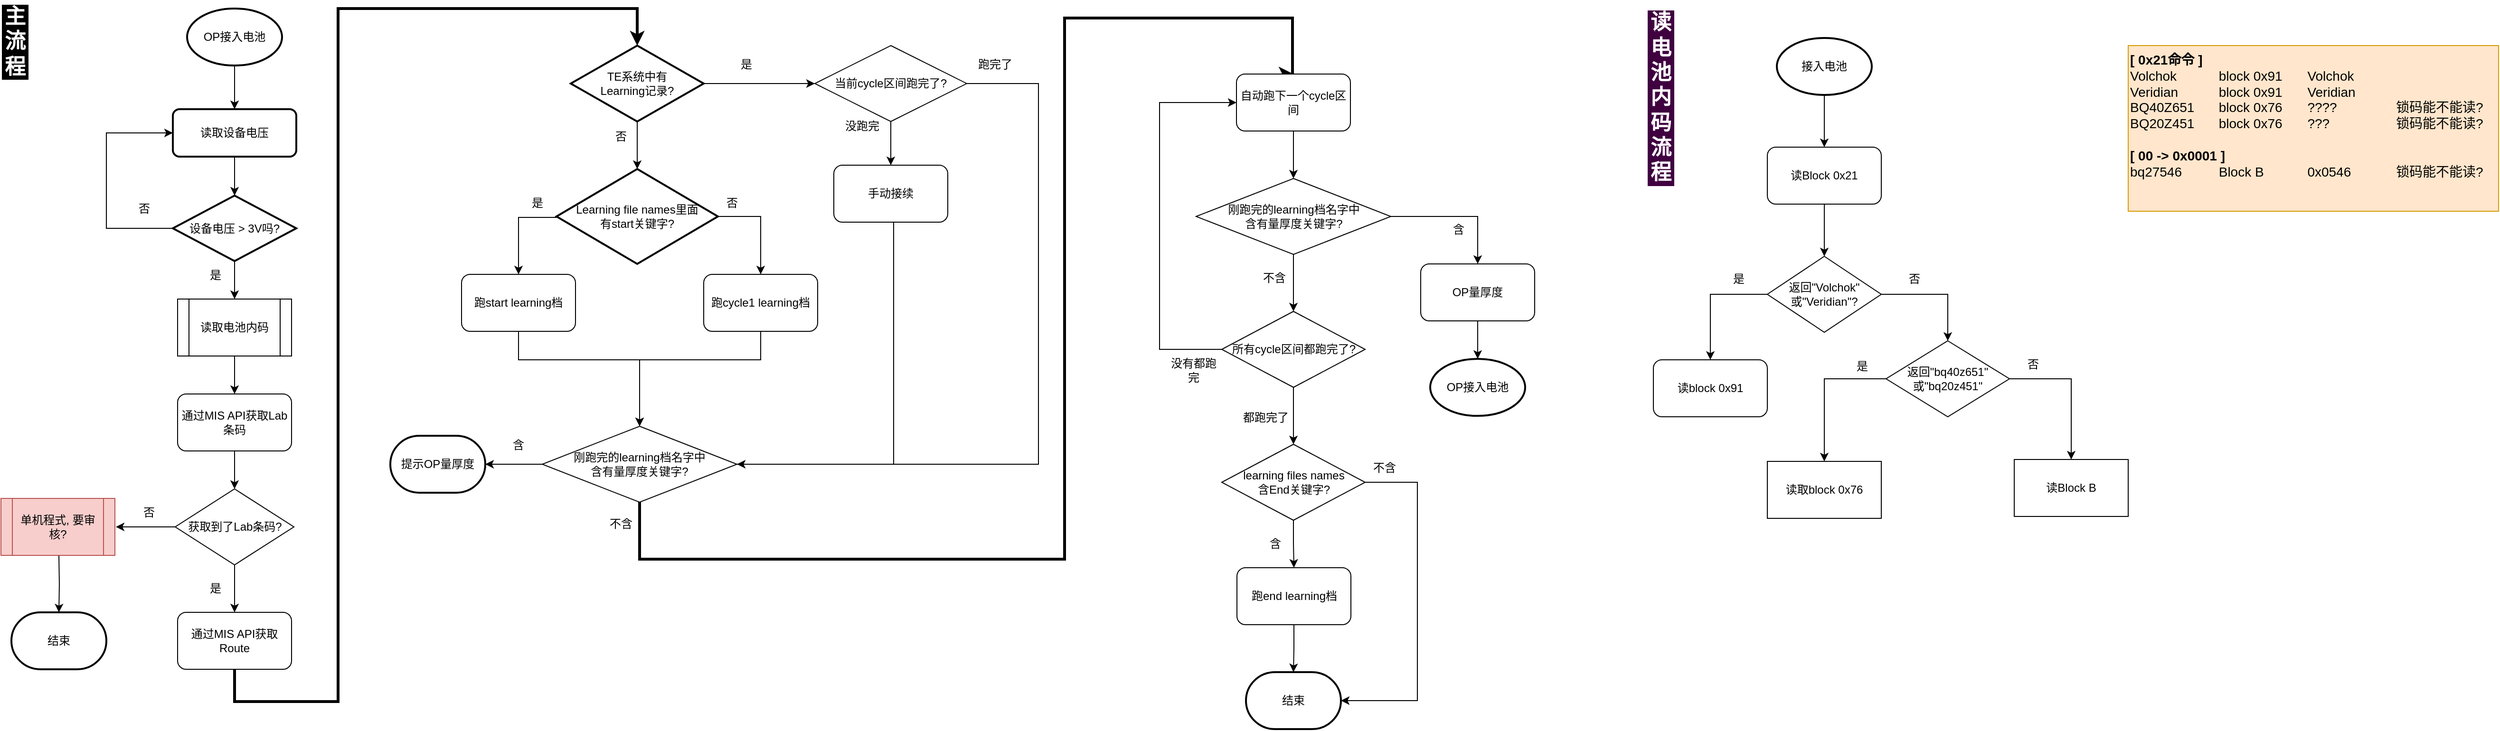
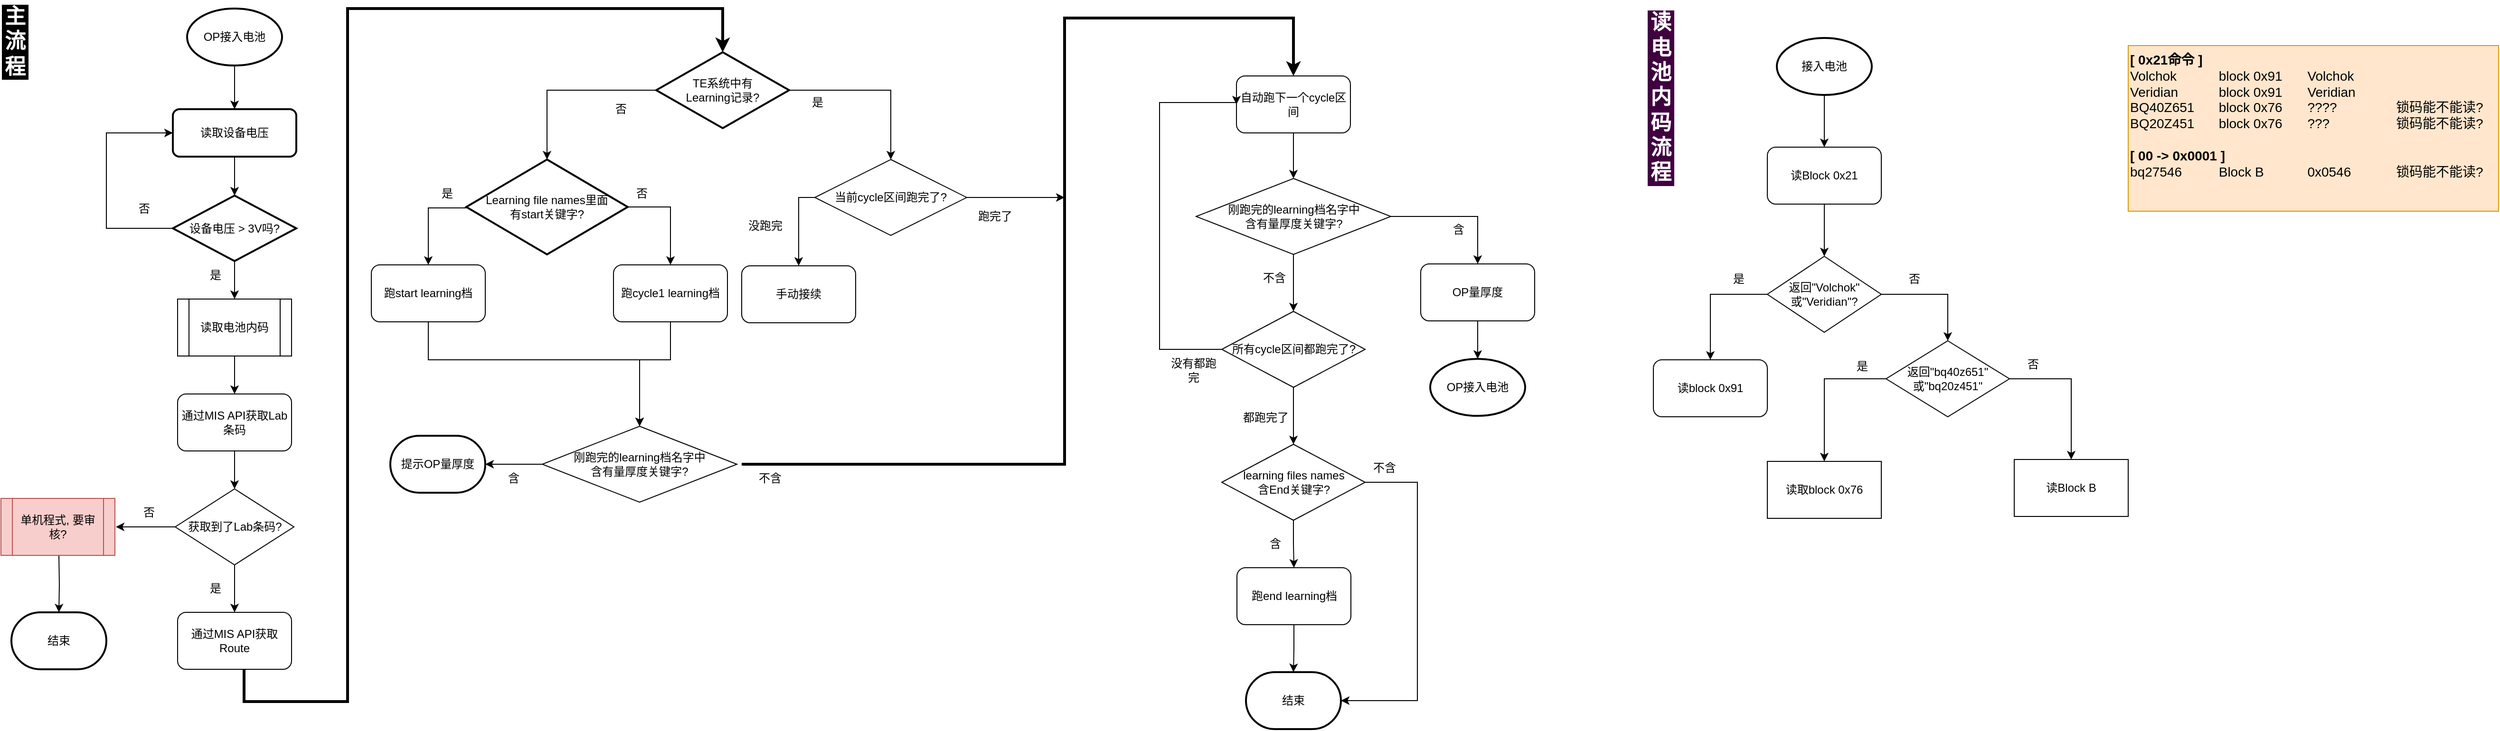
<mxfile host="app.diagrams.net">
  <diagram name="第 1 页" id="3HldnIOuQtLrwHUO-1mN">
    <mxGraphModel dx="1318" dy="774" grid="1" gridSize="10" guides="1" tooltips="1" connect="1" arrows="1" fold="1" page="1" pageScale="1" pageWidth="1169" pageHeight="827" background="#FFFFFF" math="0" shadow="0">
      <root>
        <mxCell id="0" />
        <mxCell id="1" parent="0" />
        <mxCell id="qRa3hty1LtdxE0hFs_0w-8" edge="1" parent="1" source="qRa3hty1LtdxE0hFs_0w-4" style="edgeStyle=orthogonalEdgeStyle;rounded=0;orthogonalLoop=1;jettySize=auto;html=1;" target="qRa3hty1LtdxE0hFs_0w-6" value="">
          <mxGeometry relative="1" as="geometry" />
        </mxCell>
        <mxCell id="qRa3hty1LtdxE0hFs_0w-4" parent="1" style="strokeWidth=2;html=1;shape=mxgraph.flowchart.start_1;whiteSpace=wrap;" value="OP接入电池" vertex="1">
          <mxGeometry height="60" width="100" x="216" y="20" as="geometry" />
        </mxCell>
        <mxCell id="qRa3hty1LtdxE0hFs_0w-9" edge="1" parent="1" source="qRa3hty1LtdxE0hFs_0w-6" style="edgeStyle=orthogonalEdgeStyle;rounded=0;orthogonalLoop=1;jettySize=auto;html=1;" target="qRa3hty1LtdxE0hFs_0w-7" value="">
          <mxGeometry relative="1" as="geometry" />
        </mxCell>
        <mxCell id="qRa3hty1LtdxE0hFs_0w-6" parent="1" style="rounded=1;whiteSpace=wrap;html=1;absoluteArcSize=1;arcSize=14;strokeWidth=2;" value="读取设备电压" vertex="1">
          <mxGeometry height="50" width="130" x="201" y="126" as="geometry" />
        </mxCell>
        <mxCell id="qRa3hty1LtdxE0hFs_0w-14" edge="1" parent="1" source="qRa3hty1LtdxE0hFs_0w-7" style="edgeStyle=orthogonalEdgeStyle;rounded=0;orthogonalLoop=1;jettySize=auto;html=1;" target="qRa3hty1LtdxE0hFs_0w-13" value="">
          <mxGeometry relative="1" as="geometry" />
        </mxCell>
        <mxCell id="qRa3hty1LtdxE0hFs_0w-25" edge="1" parent="1" source="qRa3hty1LtdxE0hFs_0w-7" style="edgeStyle=orthogonalEdgeStyle;rounded=0;orthogonalLoop=1;jettySize=auto;html=1;entryX=0;entryY=0.5;entryDx=0;entryDy=0;" target="qRa3hty1LtdxE0hFs_0w-6">
          <mxGeometry relative="1" as="geometry">
            <Array as="points">
              <mxPoint x="131" y="252" />
              <mxPoint x="131" y="151" />
            </Array>
            <mxPoint x="411" y="146" as="targetPoint" />
          </mxGeometry>
        </mxCell>
        <mxCell id="qRa3hty1LtdxE0hFs_0w-7" parent="1" style="strokeWidth=2;html=1;shape=mxgraph.flowchart.decision;whiteSpace=wrap;" value="设备电压 &amp;gt; 3V吗?" vertex="1">
          <mxGeometry height="69" width="130" x="201" y="217" as="geometry" />
        </mxCell>
        <mxCell id="qRa3hty1LtdxE0hFs_0w-11" parent="1" style="text;html=1;whiteSpace=wrap;strokeColor=none;fillColor=none;align=center;verticalAlign=middle;rounded=0;" value="&lt;div&gt;否&lt;/div&gt;" vertex="1">
          <mxGeometry height="30" width="60" x="141" y="216" as="geometry" />
        </mxCell>
        <mxCell id="qRa3hty1LtdxE0hFs_0w-12" parent="1" style="text;html=1;whiteSpace=wrap;strokeColor=none;fillColor=none;align=center;verticalAlign=middle;rounded=0;" value="&lt;div&gt;是&lt;/div&gt;" vertex="1">
          <mxGeometry height="30" width="60" x="216" y="286" as="geometry" />
        </mxCell>
        <mxCell id="qRa3hty1LtdxE0hFs_0w-16" edge="1" parent="1" source="qRa3hty1LtdxE0hFs_0w-13" style="edgeStyle=orthogonalEdgeStyle;rounded=0;orthogonalLoop=1;jettySize=auto;html=1;" target="qRa3hty1LtdxE0hFs_0w-15" value="">
          <mxGeometry relative="1" as="geometry" />
        </mxCell>
        <mxCell id="qRa3hty1LtdxE0hFs_0w-13" parent="1" style="shape=process;whiteSpace=wrap;html=1;backgroundOutline=1;" value="读取电池内码" vertex="1">
          <mxGeometry height="60" width="120" x="206" y="326" as="geometry" />
        </mxCell>
        <mxCell id="qRa3hty1LtdxE0hFs_0w-20" edge="1" parent="1" source="qRa3hty1LtdxE0hFs_0w-15" style="edgeStyle=orthogonalEdgeStyle;rounded=0;orthogonalLoop=1;jettySize=auto;html=1;" target="qRa3hty1LtdxE0hFs_0w-19" value="">
          <mxGeometry relative="1" as="geometry" />
        </mxCell>
        <mxCell id="qRa3hty1LtdxE0hFs_0w-15" parent="1" style="rounded=1;whiteSpace=wrap;html=1;" value="通过MIS API获取Lab条码" vertex="1">
          <mxGeometry height="60" width="120" x="206" y="426" as="geometry" />
        </mxCell>
-         <mxCell id="qRa3hty1LtdxE0hFs_0w-31" edge="1" parent="1" source="qRa3hty1LtdxE0hFs_0w-17" style="edgeStyle=orthogonalEdgeStyle;rounded=0;orthogonalLoop=1;jettySize=auto;html=1;entryX=0.5;entryY=0;entryDx=0;entryDy=0;entryPerimeter=0;strokeWidth=3;" target="qRa3hty1LtdxE0hFs_0w-30" value="">
-           <mxGeometry relative="1" as="geometry">
-             <Array as="points">
-               <mxPoint x="266" y="750" />
-               <mxPoint x="375" y="750" />
-               <mxPoint x="375" y="20" />
-               <mxPoint x="690" y="20" />
-             </Array>
+         <mxCell id="qRa3hty1LtdxE0hFs_0w-31" edge="1" parent="1" style="edgeStyle=orthogonalEdgeStyle;rounded=0;orthogonalLoop=1;jettySize=auto;html=1;entryX=0.5;entryY=0;entryDx=0;entryDy=0;entryPerimeter=0;strokeWidth=3;" target="qRa3hty1LtdxE0hFs_0w-30" value="">
+           <mxGeometry relative="1" as="geometry">
+             <Array as="points">
+               <mxPoint x="276" y="750" />
+               <mxPoint x="385" y="750" />
+               <mxPoint x="385" y="20" />
+               <mxPoint x="780" y="20" />
+               <mxPoint x="780" y="59" />
+             </Array>
+             <mxPoint x="276" y="716" as="sourcePoint" />
+             <mxPoint x="793" y="59" as="targetPoint" />
          </mxGeometry>
        </mxCell>
        <mxCell id="qRa3hty1LtdxE0hFs_0w-17" parent="1" style="rounded=1;whiteSpace=wrap;html=1;" value="通过MIS API获取Route" vertex="1">
          <mxGeometry height="60" width="120" x="206" y="656" as="geometry" />
        </mxCell>
        <mxCell id="qRa3hty1LtdxE0hFs_0w-21" edge="1" parent="1" source="qRa3hty1LtdxE0hFs_0w-19" style="edgeStyle=orthogonalEdgeStyle;rounded=0;orthogonalLoop=1;jettySize=auto;html=1;" target="qRa3hty1LtdxE0hFs_0w-17" value="">
          <mxGeometry relative="1" as="geometry" />
        </mxCell>
        <mxCell id="qRa3hty1LtdxE0hFs_0w-27" edge="1" parent="1" source="qRa3hty1LtdxE0hFs_0w-19" style="edgeStyle=orthogonalEdgeStyle;rounded=0;orthogonalLoop=1;jettySize=auto;html=1;" value="">
          <mxGeometry relative="1" as="geometry">
            <mxPoint x="141" y="566" as="targetPoint" />
          </mxGeometry>
        </mxCell>
        <mxCell id="qRa3hty1LtdxE0hFs_0w-19" parent="1" style="rhombus;whiteSpace=wrap;html=1;" value="获取到了Lab条码?" vertex="1">
          <mxGeometry height="80" width="125" x="203.5" y="526" as="geometry" />
        </mxCell>
        <mxCell id="qRa3hty1LtdxE0hFs_0w-22" parent="1" style="text;html=1;whiteSpace=wrap;strokeColor=none;fillColor=none;align=center;verticalAlign=middle;rounded=0;" value="是" vertex="1">
          <mxGeometry height="30" width="60" x="216" y="616" as="geometry" />
        </mxCell>
        <mxCell id="qRa3hty1LtdxE0hFs_0w-29" edge="1" parent="1" style="edgeStyle=orthogonalEdgeStyle;rounded=0;orthogonalLoop=1;jettySize=auto;html=1;" target="qRa3hty1LtdxE0hFs_0w-28" value="">
          <mxGeometry relative="1" as="geometry">
            <mxPoint x="81" y="596" as="sourcePoint" />
          </mxGeometry>
        </mxCell>
        <mxCell id="qRa3hty1LtdxE0hFs_0w-26" parent="1" style="shape=process;whiteSpace=wrap;html=1;backgroundOutline=1;fillColor=#f8cecc;strokeColor=#b85450;" value="单机程式, 要审核?" vertex="1">
          <mxGeometry height="60" width="120" x="20" y="536" as="geometry" />
        </mxCell>
        <mxCell id="qRa3hty1LtdxE0hFs_0w-28" parent="1" style="strokeWidth=2;html=1;shape=mxgraph.flowchart.terminator;whiteSpace=wrap;" value="结束" vertex="1">
          <mxGeometry height="60" width="100" x="31" y="656" as="geometry" />
        </mxCell>
-         <mxCell id="qRa3hty1LtdxE0hFs_0w-34" edge="1" parent="1" source="qRa3hty1LtdxE0hFs_0w-30" style="edgeStyle=orthogonalEdgeStyle;rounded=0;orthogonalLoop=1;jettySize=auto;html=1;" target="qRa3hty1LtdxE0hFs_0w-33" value="">
-           <mxGeometry relative="1" as="geometry" />
+         <mxCell id="qRa3hty1LtdxE0hFs_0w-34" edge="1" parent="1" source="qRa3hty1LtdxE0hFs_0w-30" style="edgeStyle=orthogonalEdgeStyle;rounded=0;orthogonalLoop=1;jettySize=auto;html=1;exitX=0;exitY=0.5;exitDx=0;exitDy=0;exitPerimeter=0;" target="qRa3hty1LtdxE0hFs_0w-33" value="">
+           <mxGeometry relative="1" as="geometry">
+             <mxPoint x="595" y="129" as="sourcePoint" />
+           </mxGeometry>
        </mxCell>
        <mxCell id="qRa3hty1LtdxE0hFs_0w-38" edge="1" parent="1" source="qRa3hty1LtdxE0hFs_0w-30" style="edgeStyle=orthogonalEdgeStyle;rounded=0;orthogonalLoop=1;jettySize=auto;html=1;" target="qRa3hty1LtdxE0hFs_0w-37" value="">
          <mxGeometry relative="1" as="geometry" />
        </mxCell>
        <mxCell id="qRa3hty1LtdxE0hFs_0w-30" parent="1" style="strokeWidth=2;html=1;shape=mxgraph.flowchart.decision;whiteSpace=wrap;" value="&lt;div&gt;TE系统中有&lt;/div&gt;&lt;div&gt;Learning记录?&lt;/div&gt;" vertex="1">
-           <mxGeometry height="80" width="140" x="620" y="59" as="geometry" />
+           <mxGeometry height="80" width="140" x="710" y="66" as="geometry" />
        </mxCell>
        <mxCell id="qRa3hty1LtdxE0hFs_0w-45" edge="1" parent="1" source="qRa3hty1LtdxE0hFs_0w-33" style="edgeStyle=orthogonalEdgeStyle;rounded=0;orthogonalLoop=1;jettySize=auto;html=1;" target="qRa3hty1LtdxE0hFs_0w-44" value="">
          <mxGeometry relative="1" as="geometry">
            <Array as="points">
-               <mxPoint x="565" y="240" />
+               <mxPoint x="470" y="230" />
            </Array>
          </mxGeometry>
        </mxCell>
        <mxCell id="qRa3hty1LtdxE0hFs_0w-67" edge="1" parent="1" source="qRa3hty1LtdxE0hFs_0w-33" style="edgeStyle=orthogonalEdgeStyle;rounded=0;orthogonalLoop=1;jettySize=auto;html=1;entryX=0.5;entryY=0;entryDx=0;entryDy=0;exitX=1;exitY=0.5;exitDx=0;exitDy=0;exitPerimeter=0;" target="qRa3hty1LtdxE0hFs_0w-66">
          <mxGeometry relative="1" as="geometry" />
        </mxCell>
        <mxCell id="qRa3hty1LtdxE0hFs_0w-33" parent="1" style="strokeWidth=2;html=1;shape=mxgraph.flowchart.decision;whiteSpace=wrap;" value="&lt;div&gt;Learning file names里面&lt;/div&gt;&lt;div&gt;有start关键字?&lt;/div&gt;" vertex="1">
-           <mxGeometry height="100" width="170" x="605" y="189" as="geometry" />
+           <mxGeometry height="100" width="170" x="510" y="179" as="geometry" />
        </mxCell>
        <mxCell id="qRa3hty1LtdxE0hFs_0w-35" parent="1" style="text;html=1;whiteSpace=wrap;strokeColor=none;fillColor=none;align=center;verticalAlign=middle;rounded=0;" value="否" vertex="1">
-           <mxGeometry height="30" width="60" x="642.5" y="140" as="geometry" />
+           <mxGeometry height="30" width="60" x="642.5" y="111" as="geometry" />
        </mxCell>
        <mxCell id="qRa3hty1LtdxE0hFs_0w-36" parent="1" style="text;html=1;whiteSpace=wrap;strokeColor=none;fillColor=none;align=center;verticalAlign=middle;rounded=0;" value="是" vertex="1">
-           <mxGeometry height="30" width="60" x="775" y="64" as="geometry" />
+           <mxGeometry height="30" width="60" x="850" y="104" as="geometry" />
        </mxCell>
        <mxCell id="qRa3hty1LtdxE0hFs_0w-40" edge="1" parent="1" source="qRa3hty1LtdxE0hFs_0w-37" style="edgeStyle=orthogonalEdgeStyle;rounded=0;orthogonalLoop=1;jettySize=auto;html=1;" target="qRa3hty1LtdxE0hFs_0w-39" value="">
-           <mxGeometry relative="1" as="geometry" />
-         </mxCell>
-         <mxCell id="qRa3hty1LtdxE0hFs_0w-115" edge="1" parent="1" style="edgeStyle=orthogonalEdgeStyle;rounded=0;orthogonalLoop=1;jettySize=auto;html=1;entryX=1;entryY=0.5;entryDx=0;entryDy=0;">
-           <mxGeometry relative="1" as="geometry">
-             <Array as="points">
-               <mxPoint x="1112.5" y="99" />
-               <mxPoint x="1112.5" y="500" />
-             </Array>
-             <mxPoint x="1022.5" y="99" as="sourcePoint" />
-             <mxPoint x="767.5" y="500" as="targetPoint" />
+           <mxGeometry relative="1" as="geometry">
+             <Array as="points">
+               <mxPoint x="860" y="219" />
+             </Array>
+           </mxGeometry>
+         </mxCell>
+         <mxCell id="PsBZDfwHha2lWDHOalyY-41" edge="1" parent="1" source="qRa3hty1LtdxE0hFs_0w-37" style="edgeStyle=orthogonalEdgeStyle;rounded=0;orthogonalLoop=1;jettySize=auto;html=1;">
+           <mxGeometry relative="1" as="geometry">
+             <mxPoint x="1140" y="219" as="targetPoint" />
          </mxGeometry>
        </mxCell>
        <mxCell id="qRa3hty1LtdxE0hFs_0w-37" parent="1" style="rhombus;whiteSpace=wrap;html=1;" value="当前cycle区间跑完了?" vertex="1">
-           <mxGeometry height="80" width="160" x="877" y="59" as="geometry" />
-         </mxCell>
-         <mxCell id="qRa3hty1LtdxE0hFs_0w-74" edge="1" parent="1" source="qRa3hty1LtdxE0hFs_0w-39" style="edgeStyle=orthogonalEdgeStyle;rounded=0;orthogonalLoop=1;jettySize=auto;html=1;entryX=1;entryY=0.5;entryDx=0;entryDy=0;exitX=0.5;exitY=1;exitDx=0;exitDy=0;" target="qRa3hty1LtdxE0hFs_0w-49">
-           <mxGeometry relative="1" as="geometry">
-             <Array as="points">
-               <mxPoint x="960" y="245" />
-               <mxPoint x="960" y="500" />
-             </Array>
-             <mxPoint x="1005" y="240" as="sourcePoint" />
-           </mxGeometry>
+           <mxGeometry height="80" width="160" x="877" y="179" as="geometry" />
        </mxCell>
        <mxCell id="qRa3hty1LtdxE0hFs_0w-39" parent="1" style="rounded=1;whiteSpace=wrap;html=1;" value="手动接续" vertex="1">
-           <mxGeometry height="60" width="120" x="897" y="185" as="geometry" />
+           <mxGeometry height="60" width="120" x="800" y="291" as="geometry" />
        </mxCell>
        <mxCell id="qRa3hty1LtdxE0hFs_0w-41" parent="1" style="text;html=1;whiteSpace=wrap;strokeColor=none;fillColor=none;align=center;verticalAlign=middle;rounded=0;" value="没跑完" vertex="1">
-           <mxGeometry height="30" width="60" x="897" y="129" as="geometry" />
-         </mxCell>
-         <mxCell id="qRa3hty1LtdxE0hFs_0w-71" edge="1" parent="1" source="qRa3hty1LtdxE0hFs_0w-44" style="edgeStyle=orthogonalEdgeStyle;rounded=0;orthogonalLoop=1;jettySize=auto;html=1;entryX=0.5;entryY=0;entryDx=0;entryDy=0;" target="qRa3hty1LtdxE0hFs_0w-49">
-           <mxGeometry relative="1" as="geometry">
-             <Array as="points">
-               <mxPoint x="565" y="390" />
-               <mxPoint x="693" y="390" />
+           <mxGeometry height="30" width="60" x="795" y="233.5" as="geometry" />
+         </mxCell>
+         <mxCell id="qRa3hty1LtdxE0hFs_0w-71" edge="1" parent="1" source="qRa3hty1LtdxE0hFs_0w-44" style="edgeStyle=orthogonalEdgeStyle;rounded=0;orthogonalLoop=1;jettySize=auto;html=1;entryX=0.5;entryY=0;entryDx=0;entryDy=0;exitX=0.5;exitY=1;exitDx=0;exitDy=0;" target="qRa3hty1LtdxE0hFs_0w-49">
+           <mxGeometry relative="1" as="geometry">
+             <Array as="points">
+               <mxPoint x="470" y="390" />
+               <mxPoint x="692" y="390" />
            </Array>
          </mxGeometry>
        </mxCell>
        <mxCell id="qRa3hty1LtdxE0hFs_0w-44" parent="1" style="rounded=1;whiteSpace=wrap;html=1;" value="跑start learning档" vertex="1">
-           <mxGeometry height="60" width="120" x="505" y="300" as="geometry" />
+           <mxGeometry height="60" width="120" x="410" y="290" as="geometry" />
        </mxCell>
        <mxCell id="qRa3hty1LtdxE0hFs_0w-46" parent="1" style="text;html=1;whiteSpace=wrap;strokeColor=none;fillColor=none;align=center;verticalAlign=middle;rounded=0;" value="是" vertex="1">
-           <mxGeometry height="30" width="60" x="555" y="210" as="geometry" />
-         </mxCell>
-         <mxCell id="qRa3hty1LtdxE0hFs_0w-129" edge="1" parent="1" source="qRa3hty1LtdxE0hFs_0w-49" style="edgeStyle=orthogonalEdgeStyle;rounded=0;orthogonalLoop=1;jettySize=auto;html=1;entryX=0.5;entryY=0;entryDx=0;entryDy=0;exitX=0.5;exitY=1;exitDx=0;exitDy=0;strokeWidth=3;" target="qRa3hty1LtdxE0hFs_0w-55">
-           <mxGeometry relative="1" as="geometry">
-             <Array as="points">
-               <mxPoint x="692" y="600" />
-               <mxPoint x="1140" y="600" />
+           <mxGeometry height="30" width="60" x="460" y="200" as="geometry" />
+         </mxCell>
+         <mxCell id="qRa3hty1LtdxE0hFs_0w-129" edge="1" parent="1" style="edgeStyle=orthogonalEdgeStyle;rounded=0;orthogonalLoop=1;jettySize=auto;html=1;entryX=0.5;entryY=0;entryDx=0;entryDy=0;strokeWidth=3;" target="qRa3hty1LtdxE0hFs_0w-55">
+           <mxGeometry relative="1" as="geometry">
+             <Array as="points">
+               <mxPoint x="1140" y="500" />
              <mxPoint x="1140" y="30" />
-               <mxPoint x="1380" y="30" />
-               <mxPoint x="1380" y="89" />
-             </Array>
+               <mxPoint x="1381" y="30" />
+             </Array>
+             <mxPoint x="800" y="500" as="sourcePoint" />
          </mxGeometry>
        </mxCell>
        <mxCell id="PsBZDfwHha2lWDHOalyY-38" edge="1" parent="1" source="qRa3hty1LtdxE0hFs_0w-49" style="edgeStyle=orthogonalEdgeStyle;rounded=0;orthogonalLoop=1;jettySize=auto;html=1;" target="PsBZDfwHha2lWDHOalyY-37" value="">
          <mxGeometry relative="1" as="geometry" />
        </mxCell>
        <mxCell id="qRa3hty1LtdxE0hFs_0w-49" parent="1" style="rhombus;whiteSpace=wrap;html=1;" value="&lt;div&gt;刚跑完的learning档名字中&lt;/div&gt;&lt;div&gt;含有量厚度关键字?&lt;/div&gt;" vertex="1">
          <mxGeometry height="80" width="205" x="590" y="460" as="geometry" />
        </mxCell>
        <mxCell id="qRa3hty1LtdxE0hFs_0w-53" parent="1" style="text;html=1;whiteSpace=wrap;strokeColor=none;fillColor=none;align=center;verticalAlign=middle;rounded=0;" value="&lt;div&gt;含&lt;/div&gt;" vertex="1">
-           <mxGeometry height="30" width="60" x="535" y="465" as="geometry" />
+           <mxGeometry height="30" width="60" x="530" y="500" as="geometry" />
        </mxCell>
        <mxCell id="qRa3hty1LtdxE0hFs_0w-130" edge="1" parent="1" source="qRa3hty1LtdxE0hFs_0w-55" style="edgeStyle=orthogonalEdgeStyle;rounded=0;orthogonalLoop=1;jettySize=auto;html=1;" target="qRa3hty1LtdxE0hFs_0w-88" value="">
          <mxGeometry relative="1" as="geometry" />
        </mxCell>
        <mxCell id="qRa3hty1LtdxE0hFs_0w-55" parent="1" style="rounded=1;whiteSpace=wrap;html=1;" value="自动跑下一个cycle区间" vertex="1">
-           <mxGeometry height="60" width="120" x="1321" y="89" as="geometry" />
+           <mxGeometry height="60" width="120" x="1321" y="91" as="geometry" />
        </mxCell>
        <mxCell id="qRa3hty1LtdxE0hFs_0w-57" parent="1" style="text;html=1;whiteSpace=wrap;strokeColor=none;fillColor=none;align=center;verticalAlign=middle;rounded=0;" value="否" vertex="1">
          <mxGeometry height="30" width="60" x="146" y="536" as="geometry" />
        </mxCell>
        <mxCell id="qRa3hty1LtdxE0hFs_0w-58" parent="1" style="text;html=1;whiteSpace=wrap;strokeColor=none;fillColor=none;align=center;verticalAlign=middle;rounded=0;" value="跑完了" vertex="1">
-           <mxGeometry height="30" width="60" x="1037" y="64" as="geometry" />
-         </mxCell>
-         <mxCell id="qRa3hty1LtdxE0hFs_0w-73" edge="1" parent="1" source="qRa3hty1LtdxE0hFs_0w-66" style="edgeStyle=orthogonalEdgeStyle;rounded=0;orthogonalLoop=1;jettySize=auto;html=1;entryX=0.5;entryY=0;entryDx=0;entryDy=0;" target="qRa3hty1LtdxE0hFs_0w-49">
-           <mxGeometry relative="1" as="geometry">
-             <Array as="points">
-               <mxPoint x="820" y="390" />
-               <mxPoint x="693" y="390" />
+           <mxGeometry height="30" width="60" x="1037" y="224" as="geometry" />
+         </mxCell>
+         <mxCell id="qRa3hty1LtdxE0hFs_0w-73" edge="1" parent="1" source="qRa3hty1LtdxE0hFs_0w-66" style="edgeStyle=orthogonalEdgeStyle;rounded=0;orthogonalLoop=1;jettySize=auto;html=1;entryX=0.5;entryY=0;entryDx=0;entryDy=0;exitX=0.5;exitY=1;exitDx=0;exitDy=0;" target="qRa3hty1LtdxE0hFs_0w-49">
+           <mxGeometry relative="1" as="geometry">
+             <Array as="points">
+               <mxPoint x="725" y="390" />
+               <mxPoint x="692" y="390" />
            </Array>
          </mxGeometry>
        </mxCell>
        <mxCell id="qRa3hty1LtdxE0hFs_0w-66" parent="1" style="rounded=1;whiteSpace=wrap;html=1;" value="跑cycle1 learning档" vertex="1">
-           <mxGeometry height="60" width="120" x="760" y="300" as="geometry" />
+           <mxGeometry height="60" width="120" x="665" y="290" as="geometry" />
        </mxCell>
        <mxCell id="qRa3hty1LtdxE0hFs_0w-68" parent="1" style="text;html=1;whiteSpace=wrap;strokeColor=none;fillColor=none;align=center;verticalAlign=middle;rounded=0;" value="否" vertex="1">
-           <mxGeometry height="30" width="60" x="760" y="210" as="geometry" />
+           <mxGeometry height="30" width="60" x="665" y="200" as="geometry" />
        </mxCell>
        <mxCell id="qRa3hty1LtdxE0hFs_0w-75" parent="1" style="text;html=1;whiteSpace=wrap;strokeColor=none;fillColor=none;align=center;verticalAlign=middle;rounded=0;" value="不含" vertex="1">
-           <mxGeometry height="30" width="60" x="642.5" y="548" as="geometry" />
+           <mxGeometry height="30" width="60" x="800" y="500" as="geometry" />
        </mxCell>
        <mxCell id="qRa3hty1LtdxE0hFs_0w-132" edge="1" parent="1" source="qRa3hty1LtdxE0hFs_0w-88" style="edgeStyle=orthogonalEdgeStyle;rounded=0;orthogonalLoop=1;jettySize=auto;html=1;" target="qRa3hty1LtdxE0hFs_0w-91" value="">
          <mxGeometry relative="1" as="geometry" />
        </mxCell>
        <mxCell id="qRa3hty1LtdxE0hFs_0w-134" edge="1" parent="1" source="qRa3hty1LtdxE0hFs_0w-88" style="edgeStyle=orthogonalEdgeStyle;rounded=0;orthogonalLoop=1;jettySize=auto;html=1;" target="qRa3hty1LtdxE0hFs_0w-107" value="">
          <mxGeometry relative="1" as="geometry" />
        </mxCell>
        <mxCell id="qRa3hty1LtdxE0hFs_0w-88" parent="1" style="rhombus;whiteSpace=wrap;html=1;" value="&lt;div&gt;刚跑完的learning档名字中&lt;/div&gt;&lt;div&gt;含有量厚度关键字?&lt;/div&gt;" vertex="1">
          <mxGeometry height="80" width="205" x="1278.5" y="199" as="geometry" />
        </mxCell>
        <mxCell id="qRa3hty1LtdxE0hFs_0w-104" edge="1" parent="1" source="qRa3hty1LtdxE0hFs_0w-91" style="edgeStyle=orthogonalEdgeStyle;rounded=0;orthogonalLoop=1;jettySize=auto;html=1;" target="qRa3hty1LtdxE0hFs_0w-103" value="">
          <mxGeometry relative="1" as="geometry" />
        </mxCell>
        <mxCell id="qRa3hty1LtdxE0hFs_0w-91" parent="1" style="rounded=1;whiteSpace=wrap;html=1;" value="OP量厚度" vertex="1">
          <mxGeometry height="60" width="120" x="1515" y="289" as="geometry" />
        </mxCell>
        <mxCell id="qRa3hty1LtdxE0hFs_0w-93" parent="1" style="text;html=1;whiteSpace=wrap;strokeColor=none;fillColor=none;align=center;verticalAlign=middle;rounded=0;" value="含" vertex="1">
          <mxGeometry height="30" width="60" x="1525" y="238" as="geometry" />
        </mxCell>
        <mxCell id="qRa3hty1LtdxE0hFs_0w-95" parent="1" style="text;html=1;whiteSpace=wrap;strokeColor=none;fillColor=none;align=center;verticalAlign=middle;rounded=0;" value="不含" vertex="1">
          <mxGeometry height="30" width="60" x="1331" y="289" as="geometry" />
        </mxCell>
        <mxCell id="qRa3hty1LtdxE0hFs_0w-103" parent="1" style="strokeWidth=2;html=1;shape=mxgraph.flowchart.start_1;whiteSpace=wrap;" value="OP接入电池" vertex="1">
          <mxGeometry height="60" width="100" x="1525" y="389" as="geometry" />
        </mxCell>
        <mxCell id="qRa3hty1LtdxE0hFs_0w-118" edge="1" parent="1" source="qRa3hty1LtdxE0hFs_0w-107" style="edgeStyle=orthogonalEdgeStyle;rounded=0;orthogonalLoop=1;jettySize=auto;html=1;" target="qRa3hty1LtdxE0hFs_0w-117" value="">
          <mxGeometry relative="1" as="geometry" />
        </mxCell>
        <mxCell id="qRa3hty1LtdxE0hFs_0w-135" edge="1" parent="1" source="qRa3hty1LtdxE0hFs_0w-107" style="edgeStyle=orthogonalEdgeStyle;rounded=0;orthogonalLoop=1;jettySize=auto;html=1;entryX=0;entryY=0.5;entryDx=0;entryDy=0;" target="qRa3hty1LtdxE0hFs_0w-55">
          <mxGeometry relative="1" as="geometry">
            <Array as="points">
              <mxPoint x="1240" y="379" />
              <mxPoint x="1240" y="119" />
            </Array>
            <mxPoint x="1250" y="140" as="targetPoint" />
          </mxGeometry>
        </mxCell>
        <mxCell id="qRa3hty1LtdxE0hFs_0w-107" parent="1" style="rhombus;whiteSpace=wrap;html=1;" value="所有cycle区间都跑完了?" vertex="1">
          <mxGeometry height="80" width="151" x="1305.5" y="339" as="geometry" />
        </mxCell>
        <mxCell id="qRa3hty1LtdxE0hFs_0w-111" parent="1" style="text;html=1;whiteSpace=wrap;strokeColor=none;fillColor=none;align=center;verticalAlign=middle;rounded=0;" value="没有都跑完" vertex="1">
          <mxGeometry height="30" width="60" x="1245.5" y="386" as="geometry" />
        </mxCell>
        <mxCell id="qRa3hty1LtdxE0hFs_0w-112" parent="1" style="strokeWidth=2;html=1;shape=mxgraph.flowchart.terminator;whiteSpace=wrap;" value="结束" vertex="1">
          <mxGeometry height="60" width="100" x="1331" y="719" as="geometry" />
        </mxCell>
        <mxCell id="qRa3hty1LtdxE0hFs_0w-114" parent="1" style="text;html=1;whiteSpace=wrap;strokeColor=none;fillColor=none;align=center;verticalAlign=middle;rounded=0;" value="都跑完了" vertex="1">
          <mxGeometry height="30" width="60" x="1322" y="436" as="geometry" />
        </mxCell>
        <mxCell id="qRa3hty1LtdxE0hFs_0w-122" edge="1" parent="1" source="qRa3hty1LtdxE0hFs_0w-117" style="edgeStyle=orthogonalEdgeStyle;rounded=0;orthogonalLoop=1;jettySize=auto;html=1;" target="qRa3hty1LtdxE0hFs_0w-120" value="">
          <mxGeometry relative="1" as="geometry" />
        </mxCell>
        <mxCell id="qRa3hty1LtdxE0hFs_0w-117" parent="1" style="rhombus;whiteSpace=wrap;html=1;" value="&lt;div&gt;learning files names&lt;/div&gt;&lt;div&gt;含End关键字?&lt;/div&gt;" vertex="1">
          <mxGeometry height="80" width="151" x="1305.5" y="479" as="geometry" />
        </mxCell>
        <mxCell id="qRa3hty1LtdxE0hFs_0w-121" edge="1" parent="1" source="qRa3hty1LtdxE0hFs_0w-120" style="edgeStyle=orthogonalEdgeStyle;rounded=0;orthogonalLoop=1;jettySize=auto;html=1;" target="qRa3hty1LtdxE0hFs_0w-112" value="">
          <mxGeometry relative="1" as="geometry" />
        </mxCell>
        <mxCell id="qRa3hty1LtdxE0hFs_0w-120" parent="1" style="rounded=1;whiteSpace=wrap;html=1;" value="跑end learning档" vertex="1">
          <mxGeometry height="60" width="120" x="1321.5" y="609" as="geometry" />
        </mxCell>
        <mxCell id="qRa3hty1LtdxE0hFs_0w-123" parent="1" style="text;html=1;whiteSpace=wrap;strokeColor=none;fillColor=none;align=center;verticalAlign=middle;rounded=0;" value="含" vertex="1">
          <mxGeometry height="30" width="60" x="1331.5" y="569" as="geometry" />
        </mxCell>
        <mxCell id="qRa3hty1LtdxE0hFs_0w-124" edge="1" parent="1" source="qRa3hty1LtdxE0hFs_0w-117" style="edgeStyle=orthogonalEdgeStyle;rounded=0;orthogonalLoop=1;jettySize=auto;html=1;entryX=1;entryY=0.5;entryDx=0;entryDy=0;entryPerimeter=0;" target="qRa3hty1LtdxE0hFs_0w-112">
          <mxGeometry relative="1" as="geometry">
            <Array as="points">
              <mxPoint x="1511.5" y="519" />
              <mxPoint x="1511.5" y="749" />
            </Array>
          </mxGeometry>
        </mxCell>
        <mxCell id="qRa3hty1LtdxE0hFs_0w-125" parent="1" style="text;html=1;whiteSpace=wrap;strokeColor=none;fillColor=none;align=center;verticalAlign=middle;rounded=0;" value="不含" vertex="1">
          <mxGeometry height="30" width="60" x="1446.5" y="489" as="geometry" />
        </mxCell>
        <mxCell id="PsBZDfwHha2lWDHOalyY-6" edge="1" parent="1" source="qRa3hty1LtdxE0hFs_0w-136" style="edgeStyle=orthogonalEdgeStyle;rounded=0;orthogonalLoop=1;jettySize=auto;html=1;" target="PsBZDfwHha2lWDHOalyY-3" value="">
          <mxGeometry relative="1" as="geometry" />
        </mxCell>
        <mxCell id="qRa3hty1LtdxE0hFs_0w-136" parent="1" style="strokeWidth=2;html=1;shape=mxgraph.flowchart.start_1;whiteSpace=wrap;" value="接入电池" vertex="1">
          <mxGeometry height="60" width="100" x="1890" y="51" as="geometry" />
        </mxCell>
        <mxCell id="PsBZDfwHha2lWDHOalyY-1" parent="1" style="text;html=1;whiteSpace=wrap;strokeColor=none;fillColor=none;align=center;verticalAlign=middle;rounded=0;fontStyle=1;strokeWidth=3;labelBackgroundColor=light-dark(#400040, #ededed);fontColor=light-dark(#ffffff, #ededed);fontSize=22;" value="读电池内码流程" vertex="1">
          <mxGeometry height="30" width="30" x="1753" y="99" as="geometry" />
        </mxCell>
        <mxCell id="PsBZDfwHha2lWDHOalyY-2" parent="1" style="text;html=1;whiteSpace=wrap;strokeColor=#d79b00;fillColor=#ffe6cc;align=left;verticalAlign=top;rounded=0;fontSize=14;labelBackgroundColor=none;" value="&lt;div&gt;&lt;b&gt;[ 0x21命令 ]&lt;/b&gt;&lt;/div&gt;&lt;div&gt;Volchok&lt;span style=&quot;white-space: pre;&quot;&gt;&#x9;&lt;/span&gt;&lt;span style=&quot;white-space: pre;&quot;&gt;&#x9;&lt;/span&gt;block 0x91&lt;span style=&quot;white-space: pre;&quot;&gt;&#x9;&lt;/span&gt;Volchok&lt;/div&gt;&lt;div&gt;Veridian&lt;span style=&quot;white-space: pre;&quot;&gt;&lt;span style=&quot;white-space: pre;&quot;&gt;&#x9;&lt;/span&gt;&lt;span style=&quot;white-space: pre;&quot;&gt;&#x9;&lt;/span&gt;block 0x91&#x9;Veridian&lt;/span&gt;&lt;/div&gt;&lt;div&gt;BQ40Z651&lt;span style=&quot;white-space: pre;&quot;&gt;&#x9;block 0x76&lt;/span&gt;&lt;span style=&quot;white-space: pre;&quot;&gt;&#x9;????&lt;span style=&quot;white-space: pre;&quot;&gt;&#x9;&lt;/span&gt;&lt;span style=&quot;white-space: pre;&quot;&gt;&#x9;&lt;/span&gt;锁码能不能读?&lt;/span&gt;&lt;/div&gt;&lt;div&gt;&lt;span style=&quot;white-space: pre;&quot;&gt;BQ20Z451&lt;span style=&quot;white-space: pre;&quot;&gt;&#x9;&lt;/span&gt;block 0x76&lt;span style=&quot;white-space: pre;&quot;&gt;&#x9;???&lt;span style=&quot;white-space: pre;&quot;&gt;&#x9;&lt;/span&gt;&lt;span style=&quot;white-space: pre;&quot;&gt;&#x9;&lt;/span&gt;&lt;span style=&quot;white-space: pre;&quot;&gt;&#x9;&lt;/span&gt;锁码能不能读?&lt;/span&gt;&lt;/span&gt;&lt;/div&gt;&lt;div&gt;&lt;br&gt;&lt;/div&gt;&lt;div&gt;&lt;b&gt;[ 00 -&amp;gt; 0x0001 ]&lt;/b&gt;&lt;/div&gt;&lt;div&gt;bq27546&lt;span style=&quot;white-space: pre;&quot;&gt;&#x9;&lt;/span&gt;&lt;span style=&quot;white-space: pre;&quot;&gt;&#x9;Block B&lt;span style=&quot;white-space: pre;&quot;&gt;&#x9;&lt;/span&gt;&lt;span style=&quot;white-space: pre;&quot;&gt;&#x9;&lt;/span&gt;0x0546&lt;span style=&quot;white-space: pre;&quot;&gt;&#x9;&lt;/span&gt;&lt;span style=&quot;white-space: pre;&quot;&gt;&#x9;&lt;/span&gt;锁码能不能读?&lt;/span&gt;&lt;/div&gt;&lt;div&gt;&lt;br&gt;&lt;/div&gt;" vertex="1">
          <mxGeometry height="174.5" width="390" x="2260" y="59" as="geometry" />
        </mxCell>
        <mxCell id="PsBZDfwHha2lWDHOalyY-7" edge="1" parent="1" source="PsBZDfwHha2lWDHOalyY-3" style="edgeStyle=orthogonalEdgeStyle;rounded=0;orthogonalLoop=1;jettySize=auto;html=1;" target="PsBZDfwHha2lWDHOalyY-5" value="">
          <mxGeometry relative="1" as="geometry" />
        </mxCell>
        <mxCell id="PsBZDfwHha2lWDHOalyY-3" parent="1" style="rounded=1;whiteSpace=wrap;html=1;" value="读Block 0x21" vertex="1">
          <mxGeometry height="60" width="120" x="1880" y="166" as="geometry" />
        </mxCell>
        <mxCell id="PsBZDfwHha2lWDHOalyY-27" edge="1" parent="1" source="PsBZDfwHha2lWDHOalyY-5" style="edgeStyle=orthogonalEdgeStyle;rounded=0;orthogonalLoop=1;jettySize=auto;html=1;" target="PsBZDfwHha2lWDHOalyY-26" value="">
          <mxGeometry relative="1" as="geometry" />
        </mxCell>
        <mxCell id="PsBZDfwHha2lWDHOalyY-35" edge="1" parent="1" source="PsBZDfwHha2lWDHOalyY-5" style="edgeStyle=orthogonalEdgeStyle;rounded=0;orthogonalLoop=1;jettySize=auto;html=1;entryX=0.5;entryY=0;entryDx=0;entryDy=0;" target="PsBZDfwHha2lWDHOalyY-12">
          <mxGeometry relative="1" as="geometry">
            <Array as="points">
              <mxPoint x="1820" y="321" />
            </Array>
          </mxGeometry>
        </mxCell>
        <mxCell id="PsBZDfwHha2lWDHOalyY-5" parent="1" style="rhombus;whiteSpace=wrap;html=1;" value="&lt;div&gt;返回&quot;Volchok&quot;&lt;/div&gt;&lt;div&gt;或&quot;Veridian&quot;?&lt;/div&gt;" vertex="1">
          <mxGeometry height="80" width="120" x="1880" y="281" as="geometry" />
        </mxCell>
        <mxCell id="PsBZDfwHha2lWDHOalyY-12" parent="1" style="rounded=1;whiteSpace=wrap;html=1;" value="读block 0x91" vertex="1">
          <mxGeometry height="60" width="120" x="1760" y="390" as="geometry" />
        </mxCell>
        <mxCell id="PsBZDfwHha2lWDHOalyY-14" parent="1" style="text;html=1;whiteSpace=wrap;strokeColor=none;fillColor=none;align=center;verticalAlign=middle;rounded=0;" value="是" vertex="1">
          <mxGeometry height="30" width="60" x="1820" y="290" as="geometry" />
        </mxCell>
        <mxCell id="PsBZDfwHha2lWDHOalyY-29" edge="1" parent="1" source="PsBZDfwHha2lWDHOalyY-26" style="edgeStyle=orthogonalEdgeStyle;rounded=0;orthogonalLoop=1;jettySize=auto;html=1;" target="PsBZDfwHha2lWDHOalyY-28" value="">
          <mxGeometry relative="1" as="geometry" />
        </mxCell>
        <mxCell id="PsBZDfwHha2lWDHOalyY-32" edge="1" parent="1" source="PsBZDfwHha2lWDHOalyY-26" style="edgeStyle=orthogonalEdgeStyle;rounded=0;orthogonalLoop=1;jettySize=auto;html=1;" target="PsBZDfwHha2lWDHOalyY-31" value="">
          <mxGeometry relative="1" as="geometry" />
        </mxCell>
        <mxCell id="PsBZDfwHha2lWDHOalyY-26" parent="1" style="rhombus;whiteSpace=wrap;html=1;" value="&lt;div&gt;返回&quot;bq40z651&quot;&lt;/div&gt;&lt;div&gt;或&quot;bq20z451&quot;&lt;/div&gt;" vertex="1">
          <mxGeometry height="80" width="130" x="2005" y="370" as="geometry" />
        </mxCell>
        <mxCell id="PsBZDfwHha2lWDHOalyY-28" parent="1" style="whiteSpace=wrap;html=1;" value="读取block 0x76" vertex="1">
          <mxGeometry height="60" width="120" x="1880" y="497" as="geometry" />
        </mxCell>
        <mxCell id="PsBZDfwHha2lWDHOalyY-30" parent="1" style="text;html=1;whiteSpace=wrap;strokeColor=none;fillColor=none;align=center;verticalAlign=middle;rounded=0;" value="是" vertex="1">
          <mxGeometry height="30" width="60" x="1950" y="382" as="geometry" />
        </mxCell>
        <mxCell id="PsBZDfwHha2lWDHOalyY-31" parent="1" style="whiteSpace=wrap;html=1;" value="读Block B" vertex="1">
          <mxGeometry height="60" width="120" x="2140" y="495" as="geometry" />
        </mxCell>
        <mxCell id="PsBZDfwHha2lWDHOalyY-33" parent="1" style="text;html=1;whiteSpace=wrap;strokeColor=none;fillColor=none;align=center;verticalAlign=middle;rounded=0;" value="否" vertex="1">
          <mxGeometry height="30" width="60" x="2005" y="290" as="geometry" />
        </mxCell>
        <mxCell id="PsBZDfwHha2lWDHOalyY-34" parent="1" style="text;html=1;whiteSpace=wrap;strokeColor=none;fillColor=none;align=center;verticalAlign=middle;rounded=0;" value="否" vertex="1">
          <mxGeometry height="30" width="60" x="2130" y="380" as="geometry" />
        </mxCell>
        <mxCell id="PsBZDfwHha2lWDHOalyY-36" parent="1" style="text;html=1;whiteSpace=wrap;strokeColor=none;fillColor=none;align=center;verticalAlign=middle;rounded=0;fontStyle=1;fontSize=22;fontColor=light-dark(#ffffff, #ededed);strokeWidth=3;labelBackgroundColor=#000000;" value="主流程" vertex="1">
          <mxGeometry height="30" width="30" x="20" y="40" as="geometry" />
        </mxCell>
        <mxCell id="PsBZDfwHha2lWDHOalyY-37" parent="1" style="strokeWidth=2;html=1;shape=mxgraph.flowchart.terminator;whiteSpace=wrap;" value="提示OP量厚度" vertex="1">
          <mxGeometry height="60" width="100" x="430" y="470" as="geometry" />
        </mxCell>
      </root>
    </mxGraphModel>
  </diagram>
</mxfile>
